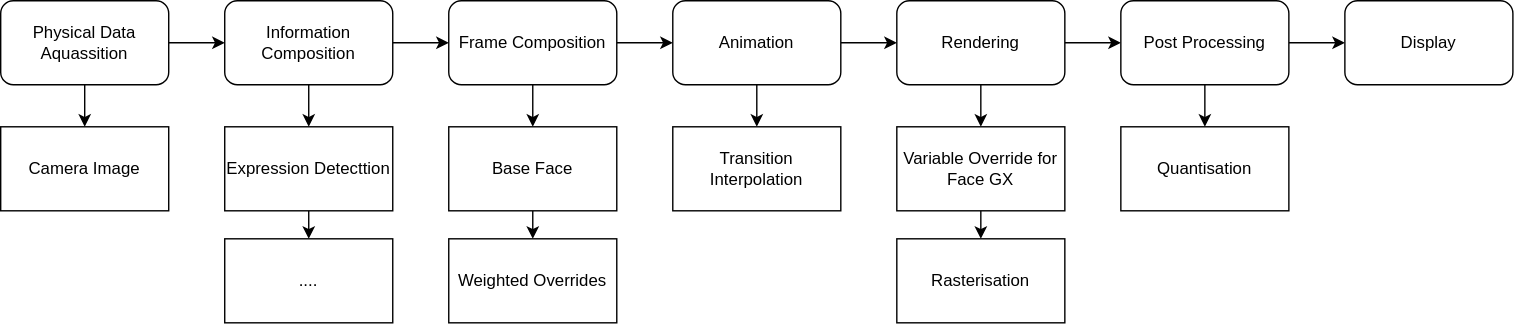
1Wargear/Face2Led keeps this draw.io diagram as docs/Pipeline.drawio.svg. Above is the earlier version. Source tidied: cells renumbered, new cells last; positions are measured from the earlier drawing's top-left corner, leaving out a move shared by most shapes. The source it was exported from:
```xml
<mxGraphModel>
  <root>
    <mxCell id="0" />
    <mxCell id="1" parent="0" />
    <mxCell id="2" style="edgeStyle=none;html=1;entryX=0;entryY=0.5;entryDx=0;entryDy=0;" parent="1" edge="1" source="4" target="7">
      <mxGeometry relative="1" as="geometry" />
    </mxCell>
    <mxCell id="3" style="edgeStyle=none;html=1;exitX=0.5;exitY=1;exitDx=0;exitDy=0;entryX=0.5;entryY=0;entryDx=0;entryDy=0;" parent="1" edge="1" source="4" target="18">
      <mxGeometry relative="1" as="geometry" />
    </mxCell>
    <mxCell id="4" value="Physical Data Aquassition" style="rounded=1;whiteSpace=wrap;html=1;" parent="1" vertex="1">
      <mxGeometry width="120" height="60" as="geometry" />
    </mxCell>
    <mxCell id="5" style="edgeStyle=none;html=1;" parent="1" edge="1" source="7" target="10">
      <mxGeometry relative="1" as="geometry" />
    </mxCell>
    <mxCell id="6" style="edgeStyle=none;html=1;exitX=0.5;exitY=1;exitDx=0;exitDy=0;entryX=0.5;entryY=0;entryDx=0;entryDy=0;" parent="1" edge="1" source="7" target="20">
      <mxGeometry relative="1" as="geometry" />
    </mxCell>
    <mxCell id="7" value="Information Composition" style="rounded=1;whiteSpace=wrap;html=1;" parent="1" vertex="1">
      <mxGeometry x="160" width="120" height="60" as="geometry" />
    </mxCell>
    <mxCell id="8" style="edgeStyle=none;html=1;exitX=0.5;exitY=1;exitDx=0;exitDy=0;entryX=0.5;entryY=0;entryDx=0;entryDy=0;" parent="1" edge="1" source="10" target="23">
      <mxGeometry relative="1" as="geometry" />
    </mxCell>
    <mxCell id="9" style="edgeStyle=none;html=1;" parent="1" edge="1" source="10" target="31">
      <mxGeometry relative="1" as="geometry" />
    </mxCell>
    <mxCell id="10" value="Frame Composition" style="rounded=1;whiteSpace=wrap;html=1;" parent="1" vertex="1">
      <mxGeometry x="320" width="120" height="60" as="geometry" />
    </mxCell>
    <mxCell id="11" style="edgeStyle=none;html=1;" parent="1" edge="1" source="13" target="16">
      <mxGeometry relative="1" as="geometry" />
    </mxCell>
    <mxCell id="12" style="edgeStyle=none;html=1;exitX=0.5;exitY=1;exitDx=0;exitDy=0;entryX=0.5;entryY=0;entryDx=0;entryDy=0;" parent="1" edge="1" source="13" target="26">
      <mxGeometry relative="1" as="geometry" />
    </mxCell>
    <mxCell id="13" value="Rendering" style="rounded=1;whiteSpace=wrap;html=1;" parent="1" vertex="1">
      <mxGeometry x="640" width="120" height="60" as="geometry" />
    </mxCell>
    <mxCell id="14" style="edgeStyle=none;html=1;" parent="1" edge="1" source="16" target="17">
      <mxGeometry relative="1" as="geometry" />
    </mxCell>
    <mxCell id="15" style="edgeStyle=none;html=1;exitX=0.5;exitY=1;exitDx=0;exitDy=0;entryX=0.5;entryY=0;entryDx=0;entryDy=0;" parent="1" edge="1" source="16" target="28">
      <mxGeometry relative="1" as="geometry" />
    </mxCell>
    <mxCell id="16" value="Post Processing" style="rounded=1;whiteSpace=wrap;html=1;" parent="1" vertex="1">
      <mxGeometry x="800" width="120" height="60" as="geometry" />
    </mxCell>
    <mxCell id="17" value="Display" style="rounded=1;whiteSpace=wrap;html=1;" parent="1" vertex="1">
      <mxGeometry x="960" width="120" height="60" as="geometry" />
    </mxCell>
    <mxCell id="18" value="Camera Image" style="rounded=0;whiteSpace=wrap;html=1;" parent="1" vertex="1">
      <mxGeometry y="90" width="120" height="60" as="geometry" />
    </mxCell>
    <mxCell id="19" style="edgeStyle=none;html=1;exitX=0.5;exitY=1;exitDx=0;exitDy=0;entryX=0.5;entryY=0;entryDx=0;entryDy=0;" parent="1" edge="1" source="20" target="21">
      <mxGeometry relative="1" as="geometry" />
    </mxCell>
    <mxCell id="20" value="Expression Detecttion" style="rounded=0;whiteSpace=wrap;html=1;" parent="1" vertex="1">
      <mxGeometry x="160" y="90" width="120" height="60" as="geometry" />
    </mxCell>
    <mxCell id="21" value="...." style="rounded=0;whiteSpace=wrap;html=1;" parent="1" vertex="1">
      <mxGeometry x="160" y="170" width="120" height="60" as="geometry" />
    </mxCell>
    <mxCell id="22" style="edgeStyle=none;html=1;exitX=0.5;exitY=1;exitDx=0;exitDy=0;entryX=0.5;entryY=0;entryDx=0;entryDy=0;" parent="1" edge="1" source="23" target="24">
      <mxGeometry relative="1" as="geometry" />
    </mxCell>
    <mxCell id="23" value="Base Face" style="rounded=0;whiteSpace=wrap;html=1;" parent="1" vertex="1">
      <mxGeometry x="320" y="90" width="120" height="60" as="geometry" />
    </mxCell>
    <mxCell id="24" value="Weighted Overrides" style="rounded=0;whiteSpace=wrap;html=1;" parent="1" vertex="1">
      <mxGeometry x="320" y="170" width="120" height="60" as="geometry" />
    </mxCell>
    <mxCell id="25" style="edgeStyle=none;html=1;exitX=0.5;exitY=1;exitDx=0;exitDy=0;entryX=0.5;entryY=0;entryDx=0;entryDy=0;" parent="1" edge="1" source="26" target="27">
      <mxGeometry relative="1" as="geometry" />
    </mxCell>
    <mxCell id="26" value="Variable Override for Face GX" style="rounded=0;whiteSpace=wrap;html=1;" parent="1" vertex="1">
      <mxGeometry x="640" y="90" width="120" height="60" as="geometry" />
    </mxCell>
    <mxCell id="27" value="Rasterisation" style="rounded=0;whiteSpace=wrap;html=1;" parent="1" vertex="1">
      <mxGeometry x="640" y="170" width="120" height="60" as="geometry" />
    </mxCell>
    <mxCell id="28" value="Quantisation" style="rounded=0;whiteSpace=wrap;html=1;" parent="1" vertex="1">
      <mxGeometry x="800" y="90" width="120" height="60" as="geometry" />
    </mxCell>
    <mxCell id="29" style="edgeStyle=none;html=1;" parent="1" edge="1" source="31" target="13">
      <mxGeometry relative="1" as="geometry" />
    </mxCell>
    <mxCell id="30" style="edgeStyle=none;html=1;exitX=0.5;exitY=1;exitDx=0;exitDy=0;entryX=0.5;entryY=0;entryDx=0;entryDy=0;" parent="1" edge="1" source="31" target="32">
      <mxGeometry relative="1" as="geometry" />
    </mxCell>
    <mxCell id="31" value="Animation" style="rounded=1;whiteSpace=wrap;html=1;" parent="1" vertex="1">
      <mxGeometry x="480" width="120" height="60" as="geometry" />
    </mxCell>
    <mxCell id="32" value="Transition Interpolation" style="rounded=0;whiteSpace=wrap;html=1;" parent="1" vertex="1">
      <mxGeometry x="480" y="90" width="120" height="60" as="geometry" />
    </mxCell>
  </root>
</mxGraphModel>
```
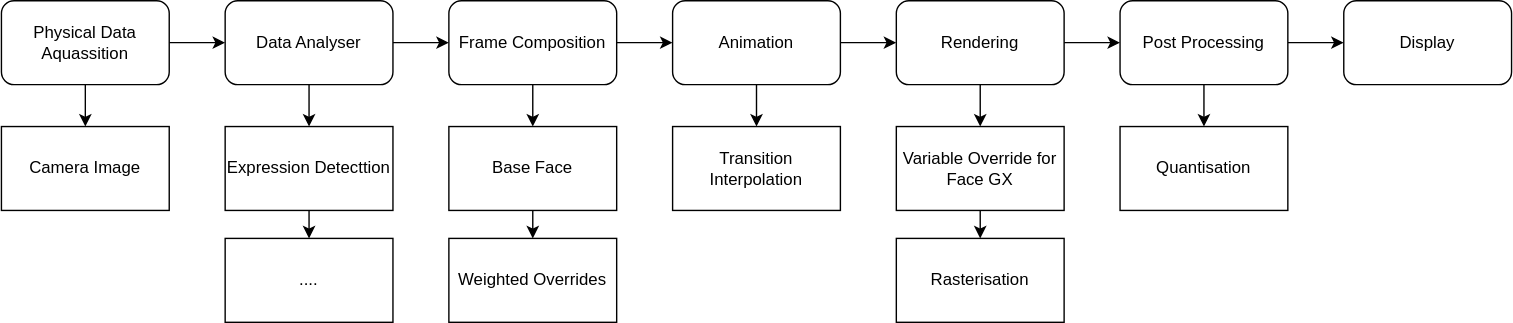
The same file after the commit.

Commit message:
Added Pipeline Definition

Change to the diagram source:
```diff
@@ -17,7 +17,7 @@
     <mxCell id="6" style="edgeStyle=none;html=1;exitX=0.5;exitY=1;exitDx=0;exitDy=0;entryX=0.5;entryY=0;entryDx=0;entryDy=0;" parent="1" edge="1" source="7" target="20">
       <mxGeometry relative="1" as="geometry" />
     </mxCell>
-    <mxCell id="7" value="Information Composition" style="rounded=1;whiteSpace=wrap;html=1;" parent="1" vertex="1">
+    <mxCell id="7" value="Data Analyser" style="rounded=1;whiteSpace=wrap;html=1;" parent="1" vertex="1">
       <mxGeometry x="160" width="120" height="60" as="geometry" />
     </mxCell>
     <mxCell id="8" style="edgeStyle=none;html=1;exitX=0.5;exitY=1;exitDx=0;exitDy=0;entryX=0.5;entryY=0;entryDx=0;entryDy=0;" parent="1" edge="1" source="10" target="23">
```
